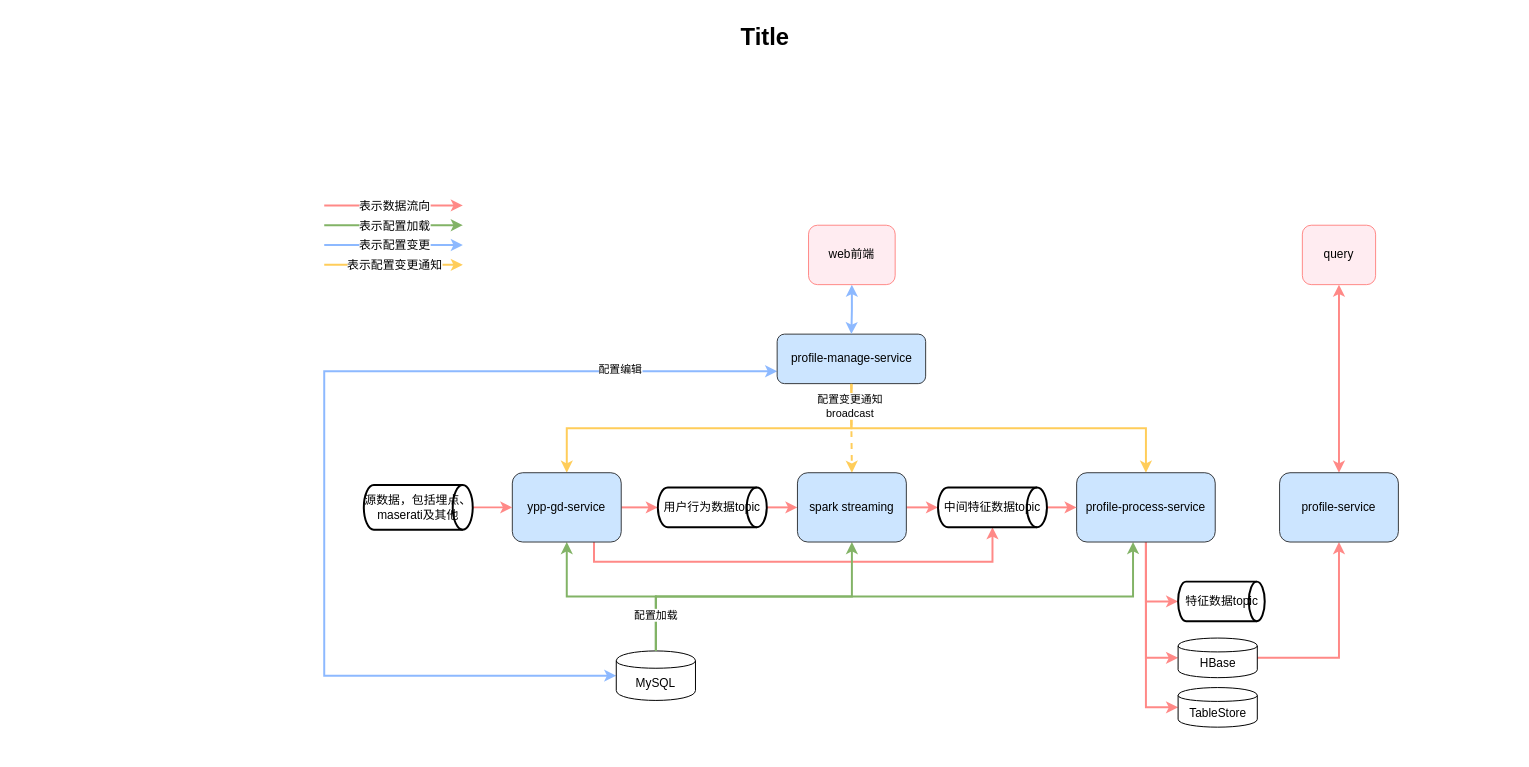
Earlier version of the draw.io diagram 运行架构图.drawio (qingchao-kong/draw.io). Source tidied: cells renumbered, new cells numbered last; positions are measured from the earlier drawing's top-left corner, leaving out a move shared by most shapes. Both pictures are drawn from the tidied source at 99%, with x=0, y=0 at pixel (17, 17).
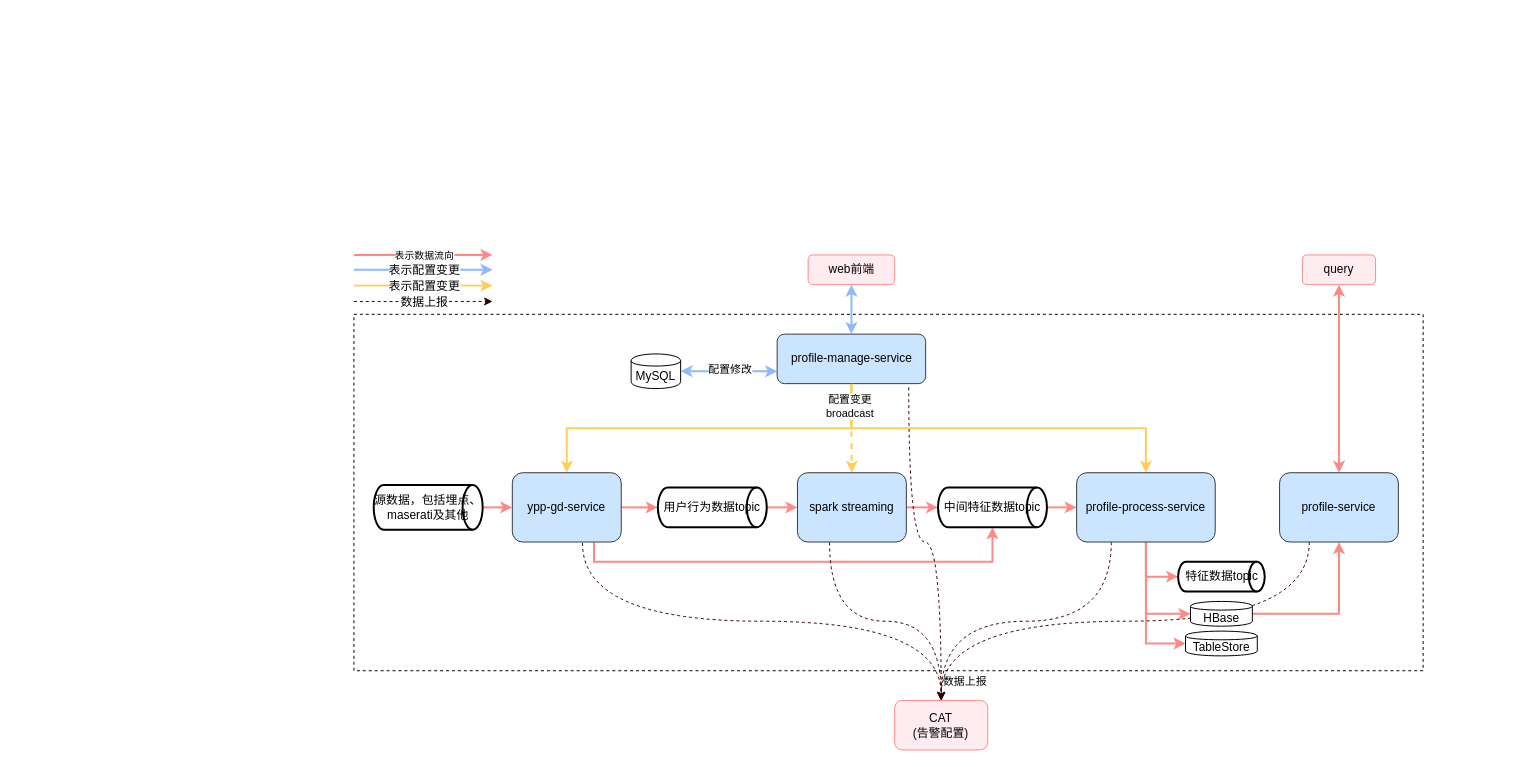
Above is the later version.

Commit message:
Update 运行架构图.drawio

Unchanged cells that the change refers to:
```xml
<mxCell id="7" value="profile-manage-service" style="rounded=1;whiteSpace=wrap;html=1;fillColor=#cce5ff;strokeColor=#36393d;" parent="1" vertex="1">
  <mxGeometry x="767.5" y="320" width="150" height="50" as="geometry" />
</mxCell>
<mxCell id="8" style="edgeStyle=orthogonalEdgeStyle;rounded=0;jettySize=auto;html=1;exitX=0.5;exitY=1;exitDx=0;exitDy=0;entryX=0.5;entryY=0;entryDx=0;entryDy=0;fillColor=#ffcd5a;strokeColor=#ffcd5a;strokeWidth=2;dashed=1;" parent="1" edge="1" source="7" target="25">
  <mxGeometry relative="1" as="geometry" />
</mxCell>
<mxCell id="13" value="ypp-gd-service" style="rounded=1;whiteSpace=wrap;html=1;fillColor=#cce5ff;strokeColor=#36393d;" parent="1" vertex="1">
  <mxGeometry x="500" y="460" width="110" height="70" as="geometry" />
</mxCell>
<mxCell id="25" value="spark streaming" style="rounded=1;whiteSpace=wrap;html=1;fillColor=#cce5ff;strokeColor=#36393d;" parent="1" vertex="1">
  <mxGeometry x="788" y="460" width="110" height="70" as="geometry" />
</mxCell>
<mxCell id="29" value="profile-process-service" style="rounded=1;whiteSpace=wrap;html=1;fillColor=#cce5ff;strokeColor=#36393d;" parent="1" vertex="1">
  <mxGeometry x="1070" y="460" width="140" height="70" as="geometry" />
</mxCell>
<mxCell id="45" value="profile-service" style="rounded=1;whiteSpace=wrap;html=1;fillColor=#cce5ff;strokeColor=#36393d;" parent="1" vertex="1">
  <mxGeometry x="1275" y="460" width="120" height="70" as="geometry" />
</mxCell>
```

What changed in the source:
```diff
@@
-    <mxCell id="2" value="Title" style="text;strokeColor=none;fillColor=none;html=1;fontSize=24;fontStyle=1;verticalAlign=middle;align=center;" parent="1" vertex="1">
-      <mxGeometry width="1510" height="40" as="geometry" />
-    </mxCell>
+    <mxCell id="47" style="rounded=0;whiteSpace=wrap;html=1;dashed=1;shadow=0;fillColor=none;" parent="1" vertex="1">
+      <mxGeometry x="340" y="300" width="1080" height="360" as="geometry" />
+    </mxCell>
@@
-    <mxCell id="5" style="edgeStyle=orthogonalEdgeStyle;rounded=0;jettySize=auto;html=1;exitX=0;exitY=0.75;exitDx=0;exitDy=0;entryX=0;entryY=0.5;entryDx=0;entryDy=0;fillColor=#8db9ff;strokeColor=#8db9ff;strokeWidth=2;startArrow=classic;startFill=1;" parent="1" edge="1" source="7" target="16">
-      <mxGeometry relative="1" as="geometry">
-        <Array as="points">
-          <mxPoint x="310" y="358" />
-          <mxPoint x="310" y="665" />
-        </Array>
-      </mxGeometry>
+    <mxCell id="5" style="rounded=0;jettySize=auto;html=1;exitX=0;exitY=0.75;exitDx=0;exitDy=0;entryX=1;entryY=0.5;entryDx=0;entryDy=0;fillColor=#8db9ff;strokeColor=#8db9ff;strokeWidth=2;startArrow=classic;startFill=1;" parent="1" edge="1" source="7" target="16">
+      <mxGeometry relative="1" as="geometry" />
     </mxCell>
-    <mxCell id="6" value="配置编辑" style="edgeLabel;html=1;align=center;verticalAlign=middle;" parent="5" vertex="1">
-      <mxGeometry x="-0.7" y="-2" relative="1" as="geometry" />
+    <mxCell id="6" value="配置修改" style="edgeLabel;html=1;align=center;verticalAlign=middle;" parent="5" vertex="1">
+      <mxGeometry x="-0.7" y="-2" relative="1" as="geometry">
+        <mxPoint x="-33.3" as="offset" />
+      </mxGeometry>
     </mxCell>
@@
-    <mxCell id="9" value="配置变更通知&lt;br&gt;broadcast" style="edgeLabel;html=1;align=center;verticalAlign=middle;" parent="8" vertex="1">
+    <mxCell id="9" value="配置变更&lt;br&gt;broadcast" style="edgeLabel;html=1;align=center;verticalAlign=middle;" parent="8" vertex="1">
       <mxGeometry x="-0.52" y="-2" relative="1" as="geometry" />
     </mxCell>
@@
-    <mxCell id="12" style="edgeStyle=orthogonalEdgeStyle;rounded=0;jettySize=auto;html=1;exitX=0.5;exitY=1;exitDx=0;exitDy=0;entryX=0.5;entryY=0;entryDx=0;entryDy=0;fillColor=#d5e8d4;strokeColor=#82b366;strokeWidth=2;startArrow=classic;startFill=1;endArrow=none;endFill=0;" parent="1" edge="1" source="13" target="16">
-      <mxGeometry relative="1" as="geometry" />
-    </mxCell>
+    <mxCell id="48" style="edgeStyle=orthogonalEdgeStyle;rounded=0;jettySize=auto;html=1;exitX=0.644;exitY=1.014;exitDx=0;exitDy=0;entryX=0.5;entryY=0;entryDx=0;entryDy=0;startArrow=none;startFill=0;strokeWidth=1;curved=1;exitPerimeter=0;dashed=1;strokeColor=#330000;" parent="1" edge="1" source="13" target="53">
+      <mxGeometry relative="1" as="geometry" />
+    </mxCell>
+    <mxCell id="49" value="数据上报" style="edgeLabel;html=1;align=center;verticalAlign=middle;" parent="48" vertex="1">
+      <mxGeometry x="0.68" y="-27" relative="1" as="geometry">
+        <mxPoint x="27" y="33.4" as="offset" />
+      </mxGeometry>
+    </mxCell>
@@
     <mxCell id="16" value="MySQL" style="shape=cylinder;whiteSpace=wrap;html=1;boundedLbl=1;backgroundOutline=1;" parent="1" vertex="1">
-      <mxGeometry x="605" y="640" width="80" height="50" as="geometry" />
+      <mxGeometry x="620" y="340" width="50" height="35" as="geometry" />
     </mxCell>
@@
-    <mxCell id="18" value="HBase" style="shape=cylinder;whiteSpace=wrap;html=1;boundedLbl=1;backgroundOutline=1;" parent="1" vertex="1">
-      <mxGeometry x="1172.5" y="627" width="80" height="40" as="geometry" />
-    </mxCell>
     <mxCell id="19" value="TableStore" style="shape=cylinder;whiteSpace=wrap;html=1;boundedLbl=1;backgroundOutline=1;" parent="1" vertex="1">
-      <mxGeometry x="1172.5" y="677" width="80" height="40" as="geometry" />
+      <mxGeometry x="1180" y="620" width="72.5" height="25" as="geometry" />
     </mxCell>
@@
     <mxCell id="22" value="web前端" style="rounded=1;whiteSpace=wrap;html=1;fillColor=#ffecf1;strokeColor=#ff8987;" parent="1" vertex="1">
-      <mxGeometry x="799.2" y="210" width="87.5" height="60" as="geometry" />
+      <mxGeometry x="798.8" y="240" width="87.5" height="30" as="geometry" />
     </mxCell>
@@
-    <mxCell id="24" style="edgeStyle=orthogonalEdgeStyle;rounded=0;jettySize=auto;html=1;exitX=0.5;exitY=1;exitDx=0;exitDy=0;entryX=0.5;entryY=0;entryDx=0;entryDy=0;fillColor=#d5e8d4;strokeColor=#82b366;strokeWidth=2;startArrow=classic;startFill=1;endArrow=none;endFill=0;" parent="1" edge="1" source="25" target="16">
-      <mxGeometry relative="1" as="geometry" />
-    </mxCell>
+    <mxCell id="50" style="edgeStyle=orthogonalEdgeStyle;curved=1;rounded=0;jettySize=auto;html=1;exitX=0.295;exitY=1.004;exitDx=0;exitDy=0;entryX=0.5;entryY=0;entryDx=0;entryDy=0;startArrow=none;startFill=0;strokeWidth=1;exitPerimeter=0;dashed=1;strokeColor=#330000;" parent="1" edge="1" source="25" target="53">
+      <mxGeometry relative="1" as="geometry" />
+    </mxCell>
@@
-    <mxCell id="27" style="edgeStyle=orthogonalEdgeStyle;rounded=0;jettySize=auto;html=1;exitX=0.407;exitY=1;exitDx=0;exitDy=0;entryX=0.5;entryY=0;entryDx=0;entryDy=0;fillColor=#d5e8d4;strokeColor=#82b366;exitPerimeter=0;strokeWidth=2;startArrow=classic;startFill=1;endArrow=none;endFill=0;" parent="1" edge="1" source="29" target="16">
-      <mxGeometry relative="1" as="geometry" />
-    </mxCell>
-    <mxCell id="28" value="配置加载" style="edgeLabel;html=1;align=center;verticalAlign=middle;" parent="27" vertex="1">
-      <mxGeometry x="0.88" y="-1" relative="1" as="geometry" />
-    </mxCell>
+    <mxCell id="51" style="edgeStyle=orthogonalEdgeStyle;curved=1;rounded=0;jettySize=auto;html=1;exitX=0.25;exitY=1;exitDx=0;exitDy=0;entryX=0.5;entryY=0;entryDx=0;entryDy=0;startArrow=none;startFill=0;strokeWidth=1;dashed=1;strokeColor=#330000;" parent="1" edge="1" source="29" target="53">
+      <mxGeometry relative="1" as="geometry" />
+    </mxCell>
@@
     <mxCell id="31" style="endArrow=classic;html=1;fillColor=#ff8987;strokeColor=#ff8987;strokeWidth=2;" parent="1" edge="1">
       <mxGeometry relative="1" as="geometry">
-        <mxPoint x="310" y="190" as="sourcePoint" />
-        <mxPoint x="450" y="190" as="targetPoint" />
+        <mxPoint x="340" y="240" as="sourcePoint" />
+        <mxPoint x="480" y="240" as="targetPoint" />
       </mxGeometry>
     </mxCell>
-    <mxCell id="32" value="表示数据流向" style="text;html=1;align=center;verticalAlign=middle;labelBackgroundColor=#ffffff;childText;" parent="31" vertex="1">
+    <mxCell id="32" value="&lt;font style=&quot;font-size: 10px&quot;&gt;表示数据流向&lt;/font&gt;" style="text;html=1;align=center;verticalAlign=middle;labelBackgroundColor=#ffffff;childText;" parent="31" vertex="1">
       <mxGeometry x="0.07" y="-1" relative="1" as="geometry">
         <mxPoint x="-5" y="-1" as="offset" />
       </mxGeometry>
     </mxCell>
@@
-    <mxCell id="34" style="endArrow=classic;html=1;fillColor=#d5e8d4;strokeColor=#82b366;strokeWidth=2;" parent="1" edge="1">
-      <mxGeometry relative="1" as="geometry">
-        <mxPoint x="310" y="210" as="sourcePoint" />
-        <mxPoint x="450" y="210" as="targetPoint" />
-      </mxGeometry>
-    </mxCell>
-    <mxCell id="35" value="表示配置加载" style="text;html=1;align=center;verticalAlign=middle;labelBackgroundColor=#ffffff;childText;" parent="34" vertex="1">
-      <mxGeometry x="0.07" y="-1" relative="1" as="geometry">
-        <mxPoint x="-5" y="-1" as="offset" />
-      </mxGeometry>
-    </mxCell>
     <mxCell id="36" style="endArrow=classic;html=1;fillColor=#8db9ff;strokeColor=#8db9ff;strokeWidth=2;" parent="1" edge="1">
       <mxGeometry relative="1" as="geometry">
-        <mxPoint x="310" y="230" as="sourcePoint" />
-        <mxPoint x="450" y="230" as="targetPoint" />
+        <mxPoint x="340" y="255" as="sourcePoint" />
+        <mxPoint x="480" y="255" as="targetPoint" />
       </mxGeometry>
     </mxCell>
@@
     <mxCell id="38" style="endArrow=classic;html=1;fillColor=#ffcd5a;strokeColor=#ffcd5a;strokeWidth=2;" parent="1" edge="1">
       <mxGeometry relative="1" as="geometry">
-        <mxPoint x="310" y="250" as="sourcePoint" />
-        <mxPoint x="450" y="250" as="targetPoint" />
+        <mxPoint x="340" y="271" as="sourcePoint" />
+        <mxPoint x="480" y="271" as="targetPoint" />
       </mxGeometry>
     </mxCell>
-    <mxCell id="39" value="表示配置变更通知" style="text;html=1;align=center;verticalAlign=middle;labelBackgroundColor=#ffffff;childText;" parent="38" vertex="1">
+    <mxCell id="39" value="表示配置变更" style="text;html=1;align=center;verticalAlign=middle;labelBackgroundColor=#ffffff;childText;" parent="38" vertex="1">
       <mxGeometry x="0.07" y="-1" relative="1" as="geometry">
         <mxPoint x="-5" y="-1" as="offset" />
       </mxGeometry>
     </mxCell>
     <mxCell id="40" value="源数据，包括埋点、maserati及其他" style="strokeWidth=2;html=1;shape=mxgraph.flowchart.direct_data;whiteSpace=wrap;" parent="1" vertex="1">
-      <mxGeometry x="350" y="472.5" width="110" height="45" as="geometry" />
+      <mxGeometry x="360" y="472.5" width="110" height="45" as="geometry" />
     </mxCell>
@@
     <mxCell id="43" value="特征数据topic" style="strokeWidth=2;html=1;shape=mxgraph.flowchart.direct_data;whiteSpace=wrap;" parent="1" vertex="1">
-      <mxGeometry x="1172.5" y="570" width="87.5" height="40" as="geometry" />
+      <mxGeometry x="1172.5" y="550" width="87.5" height="30" as="geometry" />
     </mxCell>
@@
+    <mxCell id="52" style="edgeStyle=orthogonalEdgeStyle;curved=1;rounded=0;jettySize=auto;html=1;exitX=0.25;exitY=1;exitDx=0;exitDy=0;entryX=0.5;entryY=0;entryDx=0;entryDy=0;dashed=1;startArrow=none;startFill=0;strokeColor=#330000;strokeWidth=1;" parent="1" edge="1" source="45" target="53">
+      <mxGeometry relative="1" as="geometry" />
+    </mxCell>
@@
     <mxCell id="46" value="query" style="rounded=1;whiteSpace=wrap;html=1;fillColor=#ffecf1;strokeColor=#ff8987;" parent="1" vertex="1">
-      <mxGeometry x="1298" y="210" width="74" height="60" as="geometry" />
+      <mxGeometry x="1298" y="240" width="74" height="30" as="geometry" />
     </mxCell>
+    <mxCell id="53" value="CAT&lt;br&gt;(告警配置)" style="rounded=1;whiteSpace=wrap;html=1;fillColor=#ffecf1;strokeColor=#ff8987;" parent="1" vertex="1">
+      <mxGeometry x="886.2" y="690" width="94" height="50" as="geometry" />
+    </mxCell>
+    <mxCell id="54" style="endArrow=classic;html=1;fillColor=#ffcd5a;strokeWidth=1;strokeColor=#330000;dashed=1;" parent="1" edge="1">
+      <mxGeometry relative="1" as="geometry">
+        <mxPoint x="340" y="287" as="sourcePoint" />
+        <mxPoint x="480" y="287" as="targetPoint" />
+      </mxGeometry>
+    </mxCell>
+    <mxCell id="55" value="数据上报" style="text;html=1;align=center;verticalAlign=middle;labelBackgroundColor=#ffffff;childText;" parent="54" vertex="1">
+      <mxGeometry x="0.07" y="-1" relative="1" as="geometry">
+        <mxPoint x="-5" y="-1" as="offset" />
+      </mxGeometry>
+    </mxCell>
+    <mxCell id="18" value="HBase" style="shape=cylinder;whiteSpace=wrap;html=1;boundedLbl=1;backgroundOutline=1;" parent="1" vertex="1">
+      <mxGeometry x="1185" y="590" width="62.5" height="25" as="geometry" />
+    </mxCell>
+    <mxCell id="56" style="edgeStyle=orthogonalEdgeStyle;curved=1;rounded=0;jettySize=auto;html=1;exitX=0.886;exitY=1.073;exitDx=0;exitDy=0;entryX=0.5;entryY=0;entryDx=0;entryDy=0;startArrow=none;startFill=0;strokeWidth=1;dashed=1;strokeColor=#330000;exitPerimeter=0;" parent="1" edge="1" source="7" target="53">
+      <mxGeometry relative="1" as="geometry" />
+    </mxCell>
```
